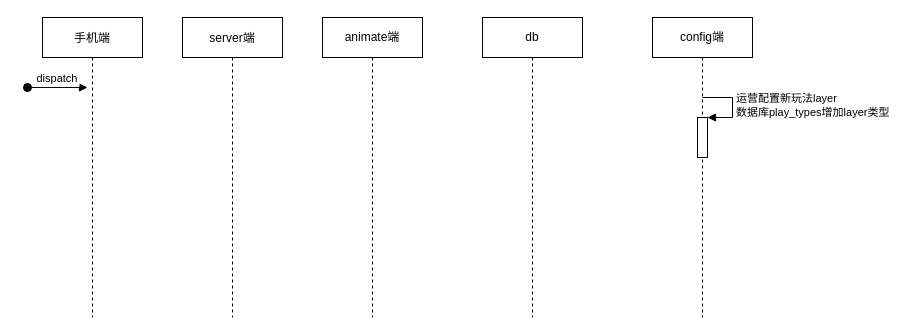
Above: 新玩法layer顺序图.drawio in milletzhu/datasource (draw.io), before the change. Source tidied: cells renumbered, new cells numbered last; positions are measured from the earlier drawing's top-left corner, leaving out a move shared by most shapes. Both pictures are drawn from the tidied source at 100%, with x=0, y=0 at pixel (27, 17).
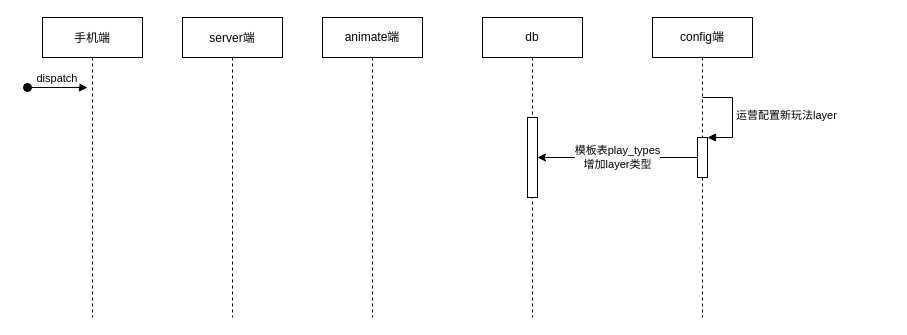
Above is the later version.

Commit message (it also covers changes not shown here):
更新新玩法layer顺序图.drawio

The edit, as a diff of the source:
```diff
@@
 <mxGraphModel>
   <root>
     <mxCell id="0" />
     <mxCell id="1" parent="0" />
     <mxCell id="2" value="手机端" style="shape=umlLifeline;perimeter=lifelinePerimeter;rounded=0;shadow=0;strokeWidth=1;" parent="1" vertex="1">
       <mxGeometry x="15" width="100" height="300" as="geometry" />
     </mxCell>
     <mxCell id="3" value="dispatch" style="verticalAlign=bottom;startArrow=oval;endArrow=block;startSize=8;shadow=0;strokeWidth=1;" parent="2" edge="1">
       <mxGeometry relative="1" as="geometry">
         <mxPoint x="-15" y="70" as="sourcePoint" />
         <mxPoint x="45" y="70" as="targetPoint" />
       </mxGeometry>
     </mxCell>
     <mxCell id="4" value="server端" style="shape=umlLifeline;perimeter=lifelinePerimeter;rounded=0;shadow=0;strokeWidth=1;" parent="1" vertex="1">
       <mxGeometry x="155" width="100" height="300" as="geometry" />
     </mxCell>
     <mxCell id="5" value="animate端" style="shape=umlLifeline;perimeter=lifelinePerimeter;whiteSpace=wrap;html=1;" parent="1" vertex="1">
       <mxGeometry x="295" width="100" height="300" as="geometry" />
     </mxCell>
     <mxCell id="6" value="db" style="shape=umlLifeline;perimeter=lifelinePerimeter;whiteSpace=wrap;html=1;" parent="1" vertex="1">
       <mxGeometry x="455" width="100" height="300" as="geometry" />
     </mxCell>
+    <mxCell id="10" style="html=1;points=[];perimeter=orthogonalPerimeter;" parent="6" vertex="1">
+      <mxGeometry x="45" y="100" width="10" height="80" as="geometry" />
+    </mxCell>
     <mxCell id="7" value="config端" style="shape=umlLifeline;perimeter=lifelinePerimeter;whiteSpace=wrap;html=1;" parent="1" vertex="1">
       <mxGeometry x="625" width="100" height="300" as="geometry" />
     </mxCell>
     <mxCell id="8" style="html=1;points=[];perimeter=orthogonalPerimeter;" parent="7" vertex="1">
-      <mxGeometry x="45" y="100" width="10" height="40" as="geometry" />
+      <mxGeometry x="45" y="120" width="10" height="40" as="geometry" />
     </mxCell>
-    <mxCell id="9" value="运营配置新玩法layer&lt;br&gt;数据库play_types增加layer类型" style="edgeStyle=orthogonalEdgeStyle;html=1;align=left;spacingLeft=2;endArrow=block;rounded=0;entryX=1;entryY=0;" parent="7" edge="1" target="8">
+    <mxCell id="9" value="运营配置新玩法layer&lt;br&gt;" style="edgeStyle=orthogonalEdgeStyle;html=1;align=left;spacingLeft=2;endArrow=block;rounded=0;entryX=1;entryY=0;" parent="7" edge="1" target="8">
       <mxGeometry relative="1" as="geometry">
         <mxPoint x="50" y="80" as="sourcePoint" />
         <Array as="points">
           <mxPoint x="80" y="80" />
         </Array>
       </mxGeometry>
     </mxCell>
+    <mxCell id="11" value="&lt;span style=&quot;color: rgb(0, 0, 0); font-family: Helvetica; font-size: 11px; font-style: normal; font-variant-ligatures: normal; font-variant-caps: normal; font-weight: 400; letter-spacing: normal; orphans: 2; text-align: left; text-indent: 0px; text-transform: none; widows: 2; word-spacing: 0px; -webkit-text-stroke-width: 0px; background-color: rgb(255, 255, 255); text-decoration-thickness: initial; text-decoration-style: initial; text-decoration-color: initial; float: none; display: inline !important;&quot;&gt;模板表play_types&lt;br&gt;增加layer类型&lt;/span&gt;&lt;br&gt;" style="edgeStyle=orthogonalEdgeStyle;rounded=0;jettySize=auto;html=1;" parent="1" edge="1" source="8" target="10">
+      <mxGeometry relative="1" as="geometry" />
+    </mxCell>
   </root>
 </mxGraphModel>
```
